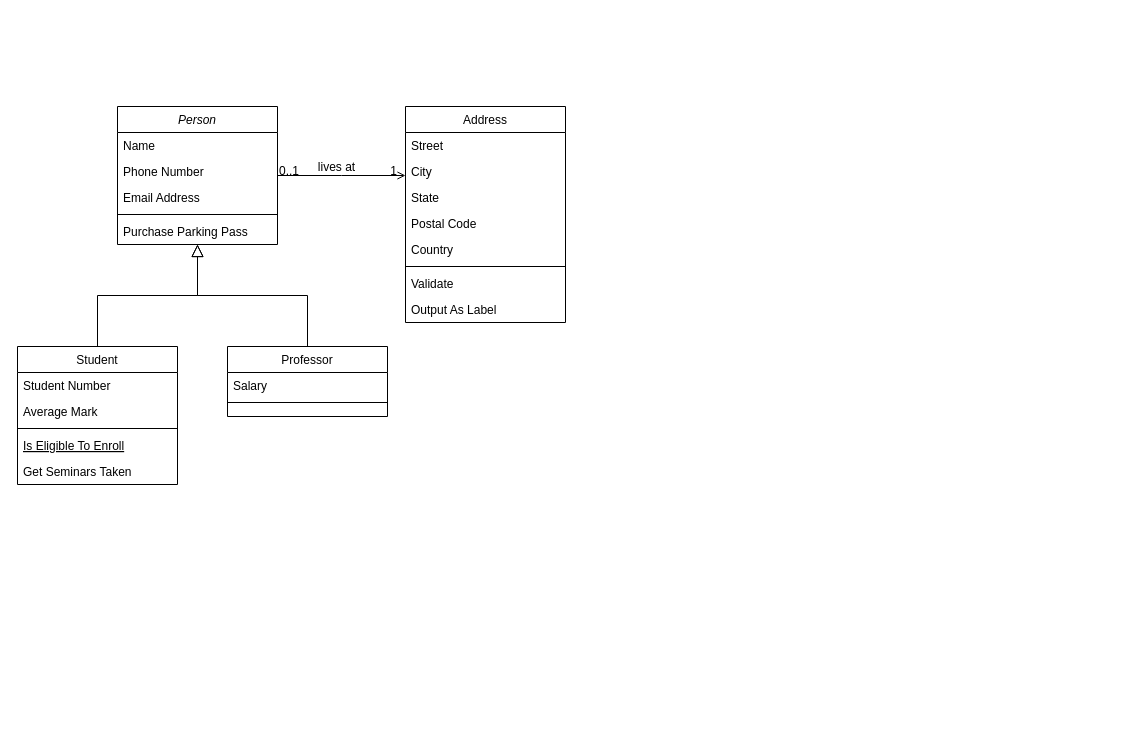
This is Diagrama sin título.drawio from julia030798/curso_data_engineering, a draw.io file, before an edit. Source tidied: cells renumbered, new cells numbered last; positions are measured from the earlier drawing's top-left corner, leaving out a move shared by most shapes. Both pictures are drawn from the tidied source at 100%, with x=0, y=0 at pixel (17, 106).
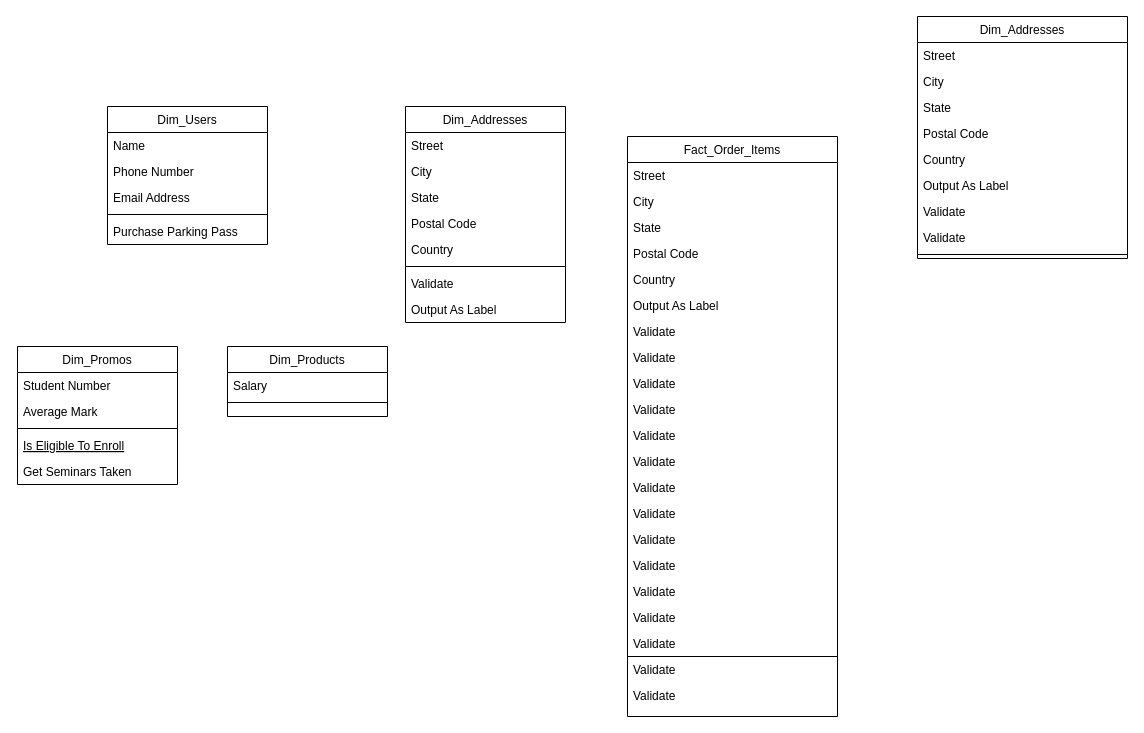
Above is the later version.

The edit, as a diff of the source:
```diff
@@
-    <mxCell id="2" value="Person" style="swimlane;fontStyle=2;align=center;verticalAlign=top;horizontal=1;startSize=26;rounded=0;shadow=0;strokeWidth=1;" parent="1" vertex="1">
-      <mxGeometry x="100" width="160" height="138" as="geometry" />
+    <mxCell id="2" value="Dim_Users" style="swimlane;fontStyle=0;align=center;verticalAlign=top;horizontal=1;startSize=26;rounded=0;shadow=0;strokeWidth=1;" parent="1" vertex="1">
+      <mxGeometry x="90" width="160" height="138" as="geometry" />
     </mxCell>
@@
-    <mxCell id="8" value="Student" style="swimlane;fontStyle=0;align=center;verticalAlign=top;horizontal=1;startSize=26;rounded=0;shadow=0;strokeWidth=1;" parent="1" vertex="1">
+    <mxCell id="8" value="Dim_Promos" style="swimlane;fontStyle=0;align=center;verticalAlign=top;horizontal=1;startSize=26;rounded=0;shadow=0;strokeWidth=1;" parent="1" vertex="1">
       <mxGeometry y="240" width="160" height="138" as="geometry" />
     </mxCell>
@@
-    <mxCell id="14" style="endArrow=block;endSize=10;endFill=0;shadow=0;strokeWidth=1;rounded=0;edgeStyle=elbowEdgeStyle;elbow=vertical;" parent="1" edge="1" source="8" target="2">
-      <mxGeometry relative="1" as="geometry" />
-    </mxCell>
-    <mxCell id="15" value="Professor" style="swimlane;fontStyle=0;align=center;verticalAlign=top;horizontal=1;startSize=26;rounded=0;shadow=0;strokeWidth=1;" parent="1" vertex="1">
+    <mxCell id="15" value="Dim_Products" style="swimlane;fontStyle=0;align=center;verticalAlign=top;horizontal=1;startSize=26;rounded=0;shadow=0;strokeWidth=1;" parent="1" vertex="1">
       <mxGeometry x="210" y="240" width="160" height="70" as="geometry" />
     </mxCell>
@@
-    <mxCell id="18" style="endArrow=block;endSize=10;endFill=0;shadow=0;strokeWidth=1;rounded=0;edgeStyle=elbowEdgeStyle;elbow=vertical;" parent="1" edge="1" source="15" target="2">
-      <mxGeometry relative="1" as="geometry" />
-    </mxCell>
-    <mxCell id="19" value="Address" style="swimlane;fontStyle=0;align=center;verticalAlign=top;horizontal=1;startSize=26;rounded=0;shadow=0;strokeWidth=1;" parent="1" vertex="1">
+    <mxCell id="19" value="Dim_Addresses" style="swimlane;fontStyle=0;align=center;verticalAlign=top;horizontal=1;startSize=26;rounded=0;shadow=0;strokeWidth=1;" parent="1" vertex="1">
       <mxGeometry x="388" width="160" height="216" as="geometry" />
     </mxCell>
@@
-    <mxCell id="28" style="endArrow=open;shadow=0;strokeWidth=1;rounded=0;endFill=1;edgeStyle=elbowEdgeStyle;elbow=vertical;" parent="1" edge="1" source="2" target="19">
-      <mxGeometry x="0.5" y="41" relative="1" as="geometry">
-        <mxPoint x="-40" y="32" as="offset" />
-      </mxGeometry>
-    </mxCell>
-    <mxCell id="29" value="0..1" style="align=left;verticalAlign=bottom;labelBackgroundColor=none;fontSize=12;" parent="28" vertex="1">
-      <mxGeometry x="-1" relative="1" as="geometry">
-        <mxPoint y="4" as="offset" />
-      </mxGeometry>
-    </mxCell>
-    <mxCell id="30" value="1" style="align=right;verticalAlign=bottom;labelBackgroundColor=none;fontSize=12;" parent="28" vertex="1">
-      <mxGeometry x="1" relative="1" as="geometry">
-        <mxPoint x="-7" y="4" as="offset" />
-      </mxGeometry>
-    </mxCell>
-    <mxCell id="31" value="lives at" style="text;html=1;align=center;verticalAlign=middle;labelBackgroundColor=none;rounded=0;shadow=0;strokeWidth=1;fontSize=12;" parent="28" vertex="1">
-      <mxGeometry x="0.5" y="49" relative="1" as="geometry">
-        <mxPoint x="-38" y="40" as="offset" />
-      </mxGeometry>
-    </mxCell>
+    <mxCell id="32" value="Fact_Order_Items" style="swimlane;fontStyle=0;align=center;verticalAlign=top;horizontal=1;startSize=26;rounded=0;shadow=0;strokeWidth=1;" parent="1" vertex="1">
+      <mxGeometry x="610" y="30" width="210" height="580" as="geometry" />
+    </mxCell>
+    <mxCell id="33" value="Street" style="text;align=left;verticalAlign=top;spacingLeft=4;spacingRight=4;overflow=hidden;" parent="32" vertex="1">
+      <mxGeometry y="26" width="210" height="26" as="geometry" />
+    </mxCell>
+    <mxCell id="34" value="City" style="text;align=left;verticalAlign=top;spacingLeft=4;spacingRight=4;overflow=hidden;rounded=0;shadow=0;html=0;" parent="32" vertex="1">
+      <mxGeometry y="52" width="210" height="26" as="geometry" />
+    </mxCell>
+    <mxCell id="35" value="State" style="text;align=left;verticalAlign=top;spacingLeft=4;spacingRight=4;overflow=hidden;rounded=0;shadow=0;html=0;" parent="32" vertex="1">
+      <mxGeometry y="78" width="210" height="26" as="geometry" />
+    </mxCell>
+    <mxCell id="36" value="Postal Code" style="text;align=left;verticalAlign=top;spacingLeft=4;spacingRight=4;overflow=hidden;rounded=0;shadow=0;html=0;" parent="32" vertex="1">
+      <mxGeometry y="104" width="210" height="26" as="geometry" />
+    </mxCell>
+    <mxCell id="37" value="Country" style="text;align=left;verticalAlign=top;spacingLeft=4;spacingRight=4;overflow=hidden;rounded=0;shadow=0;html=0;" parent="32" vertex="1">
+      <mxGeometry y="130" width="210" height="26" as="geometry" />
+    </mxCell>
+    <mxCell id="38" value="Output As Label" style="text;align=left;verticalAlign=top;spacingLeft=4;spacingRight=4;overflow=hidden;" parent="32" vertex="1">
+      <mxGeometry y="156" width="210" height="26" as="geometry" />
+    </mxCell>
+    <mxCell id="39" value="Validate" style="text;align=left;verticalAlign=top;spacingLeft=4;spacingRight=4;overflow=hidden;" parent="32" vertex="1">
+      <mxGeometry y="182" width="210" height="26" as="geometry" />
+    </mxCell>
+    <mxCell id="40" value="Validate" style="text;align=left;verticalAlign=top;spacingLeft=4;spacingRight=4;overflow=hidden;" parent="32" vertex="1">
+      <mxGeometry y="208" width="210" height="26" as="geometry" />
+    </mxCell>
+    <mxCell id="41" value="Validate" style="text;align=left;verticalAlign=top;spacingLeft=4;spacingRight=4;overflow=hidden;" parent="32" vertex="1">
+      <mxGeometry y="234" width="210" height="26" as="geometry" />
+    </mxCell>
+    <mxCell id="42" value="Validate" style="text;align=left;verticalAlign=top;spacingLeft=4;spacingRight=4;overflow=hidden;" parent="32" vertex="1">
+      <mxGeometry y="260" width="210" height="26" as="geometry" />
+    </mxCell>
+    <mxCell id="43" value="Validate" style="text;align=left;verticalAlign=top;spacingLeft=4;spacingRight=4;overflow=hidden;" parent="32" vertex="1">
+      <mxGeometry y="286" width="210" height="26" as="geometry" />
+    </mxCell>
+    <mxCell id="44" value="Validate" style="text;align=left;verticalAlign=top;spacingLeft=4;spacingRight=4;overflow=hidden;" parent="32" vertex="1">
+      <mxGeometry y="312" width="210" height="26" as="geometry" />
+    </mxCell>
+    <mxCell id="45" value="Validate" style="text;align=left;verticalAlign=top;spacingLeft=4;spacingRight=4;overflow=hidden;" parent="32" vertex="1">
+      <mxGeometry y="338" width="210" height="26" as="geometry" />
+    </mxCell>
+    <mxCell id="46" value="Validate" style="text;align=left;verticalAlign=top;spacingLeft=4;spacingRight=4;overflow=hidden;" parent="32" vertex="1">
+      <mxGeometry y="364" width="210" height="26" as="geometry" />
+    </mxCell>
+    <mxCell id="47" value="Validate" style="text;align=left;verticalAlign=top;spacingLeft=4;spacingRight=4;overflow=hidden;" parent="32" vertex="1">
+      <mxGeometry y="390" width="210" height="26" as="geometry" />
+    </mxCell>
+    <mxCell id="48" value="Validate" style="text;align=left;verticalAlign=top;spacingLeft=4;spacingRight=4;overflow=hidden;" parent="32" vertex="1">
+      <mxGeometry y="416" width="210" height="26" as="geometry" />
+    </mxCell>
+    <mxCell id="49" value="Validate" style="text;align=left;verticalAlign=top;spacingLeft=4;spacingRight=4;overflow=hidden;" parent="32" vertex="1">
+      <mxGeometry y="442" width="210" height="26" as="geometry" />
+    </mxCell>
+    <mxCell id="50" value="Validate" style="text;align=left;verticalAlign=top;spacingLeft=4;spacingRight=4;overflow=hidden;" parent="32" vertex="1">
+      <mxGeometry y="468" width="210" height="26" as="geometry" />
+    </mxCell>
+    <mxCell id="51" value="Validate" style="text;align=left;verticalAlign=top;spacingLeft=4;spacingRight=4;overflow=hidden;" parent="32" vertex="1">
+      <mxGeometry y="494" width="210" height="26" as="geometry" />
+    </mxCell>
+    <mxCell id="52" style="endArrow=none;html=1;rounded=0;" parent="32" edge="1">
+      <mxGeometry relative="1" as="geometry">
+        <mxPoint y="520" as="sourcePoint" />
+        <mxPoint x="210" y="520" as="targetPoint" />
+      </mxGeometry>
+    </mxCell>
+    <mxCell id="53" value="Validate" style="text;align=left;verticalAlign=top;spacingLeft=4;spacingRight=4;overflow=hidden;" parent="32" vertex="1">
+      <mxGeometry y="520" width="210" height="26" as="geometry" />
+    </mxCell>
+    <mxCell id="54" value="Validate" style="text;align=left;verticalAlign=top;spacingLeft=4;spacingRight=4;overflow=hidden;" parent="32" vertex="1">
+      <mxGeometry y="546" width="210" height="26" as="geometry" />
+    </mxCell>
+    <mxCell id="55" value="Dim_Addresses" style="swimlane;fontStyle=0;align=center;verticalAlign=top;horizontal=1;startSize=26;rounded=0;shadow=0;strokeWidth=1;" parent="1" vertex="1">
+      <mxGeometry x="900" y="-90" width="210" height="242" as="geometry" />
+    </mxCell>
+    <mxCell id="56" value="Street" style="text;align=left;verticalAlign=top;spacingLeft=4;spacingRight=4;overflow=hidden;" parent="55" vertex="1">
+      <mxGeometry y="26" width="210" height="26" as="geometry" />
+    </mxCell>
+    <mxCell id="57" value="City" style="text;align=left;verticalAlign=top;spacingLeft=4;spacingRight=4;overflow=hidden;rounded=0;shadow=0;html=0;" parent="55" vertex="1">
+      <mxGeometry y="52" width="210" height="26" as="geometry" />
+    </mxCell>
+    <mxCell id="58" value="State" style="text;align=left;verticalAlign=top;spacingLeft=4;spacingRight=4;overflow=hidden;rounded=0;shadow=0;html=0;" parent="55" vertex="1">
+      <mxGeometry y="78" width="210" height="26" as="geometry" />
+    </mxCell>
+    <mxCell id="59" value="Postal Code" style="text;align=left;verticalAlign=top;spacingLeft=4;spacingRight=4;overflow=hidden;rounded=0;shadow=0;html=0;" parent="55" vertex="1">
+      <mxGeometry y="104" width="210" height="26" as="geometry" />
+    </mxCell>
+    <mxCell id="60" value="Country" style="text;align=left;verticalAlign=top;spacingLeft=4;spacingRight=4;overflow=hidden;rounded=0;shadow=0;html=0;" parent="55" vertex="1">
+      <mxGeometry y="130" width="210" height="26" as="geometry" />
+    </mxCell>
+    <mxCell id="61" value="Output As Label" style="text;align=left;verticalAlign=top;spacingLeft=4;spacingRight=4;overflow=hidden;" parent="55" vertex="1">
+      <mxGeometry y="156" width="210" height="26" as="geometry" />
+    </mxCell>
+    <mxCell id="62" value="Validate" style="text;align=left;verticalAlign=top;spacingLeft=4;spacingRight=4;overflow=hidden;" parent="55" vertex="1">
+      <mxGeometry y="182" width="210" height="26" as="geometry" />
+    </mxCell>
+    <mxCell id="63" value="Validate" style="text;align=left;verticalAlign=top;spacingLeft=4;spacingRight=4;overflow=hidden;" parent="55" vertex="1">
+      <mxGeometry y="208" width="210" height="26" as="geometry" />
+    </mxCell>
+    <mxCell id="64" style="line;html=1;strokeWidth=1;align=left;verticalAlign=middle;spacingTop=-1;spacingLeft=3;spacingRight=3;labelPosition=right;" parent="55" vertex="1">
+      <mxGeometry y="234" width="210" height="8" as="geometry" />
+    </mxCell>
```
